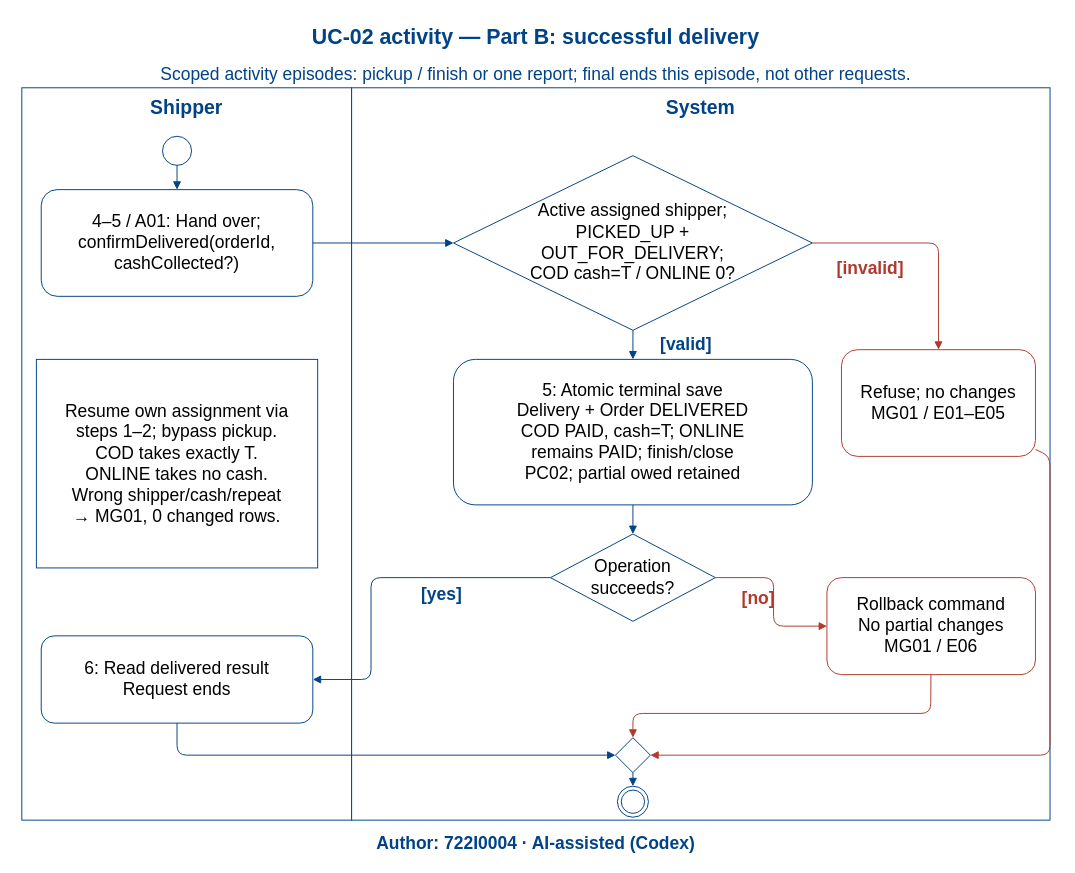
This is models/UC-02/activity_uc02_PartB.drawio from Dat071104/SaigonBite, a draw.io file, before an edit. Source tidied: cells renumbered, new cells numbered last; positions are measured from the earlier drawing's top-left corner, leaving out a move shared by most shapes. Both pictures are drawn from the tidied source at 97%, with x=0, y=0 at pixel (16, 16).
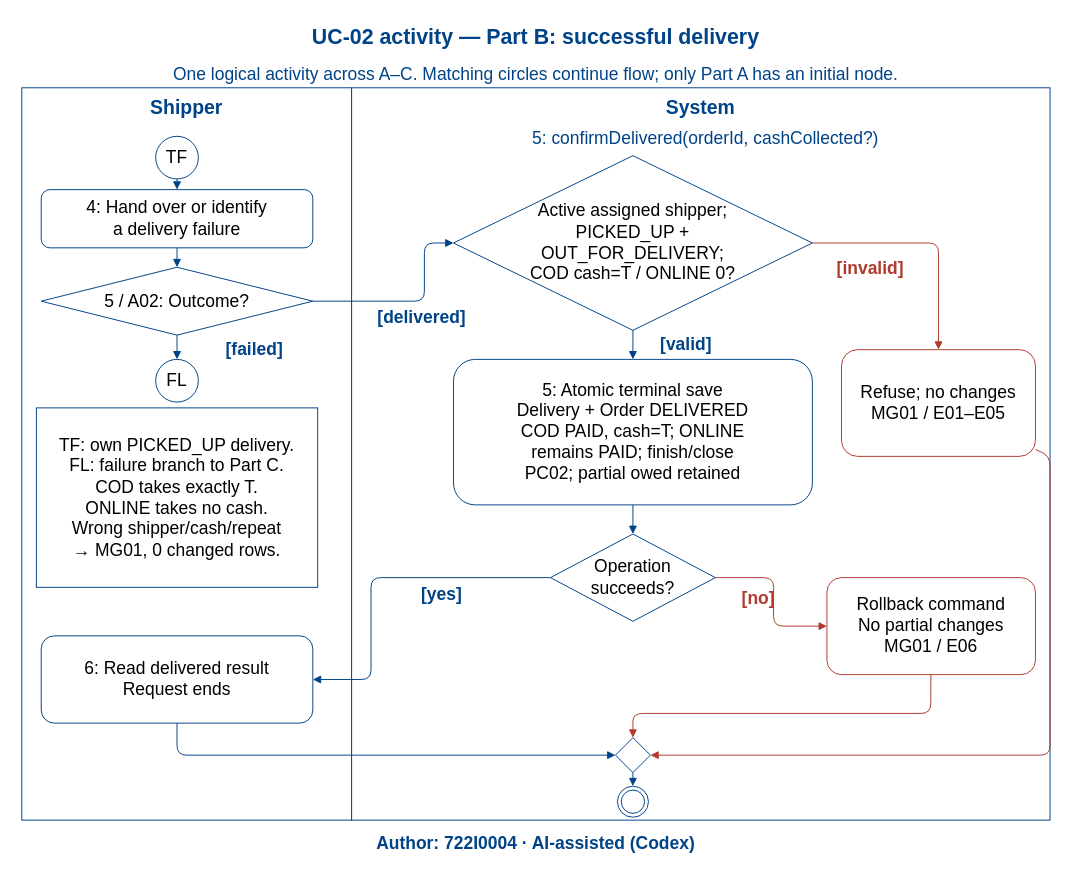
The same diagram, later.

The change refers to these unchanged cells:
```xml
<mxCell id="10" value="Active assigned shipper;&#10;PICKED_UP +&#10;OUT_FOR_DELIVERY;&#10;COD cash=T / ONLINE 0?" style="rhombus;html=0;whiteSpace=wrap;strokeColor=#004387;fillColor=white;fontSize=18;align=center;verticalAlign=middle;" parent="1" vertex="1">
  <mxGeometry x="450" y="143" width="370" height="180" as="geometry" />
</mxCell>
```

Change to the diagram source:
```diff
@@
-    <mxCell id="8" style="ellipse;html=0;whiteSpace=wrap;strokeColor=#004387;fillColor=white;fontSize=18;align=center;verticalAlign=middle;" parent="1" vertex="1">
-      <mxGeometry x="150" y="123" width="30" height="30" as="geometry" />
+    <mxCell id="8" value="TF" style="ellipse;html=0;whiteSpace=wrap;strokeColor=#004387;fillColor=white;fontSize=18;align=center;verticalAlign=middle;" parent="1" vertex="1">
+      <mxGeometry x="143" y="123" width="44" height="44" as="geometry" />
     </mxCell>
-    <mxCell id="9" value="4–5 / A01: Hand over;&#10;confirmDelivered(orderId,&#10;cashCollected?)" style="rounded=1;html=0;whiteSpace=wrap;strokeColor=#004387;fillColor=white;fontSize=18;align=center;verticalAlign=middle;" parent="1" vertex="1">
-      <mxGeometry x="25" y="178" width="280" height="110" as="geometry" />
+    <mxCell id="9" value="4: Hand over or identify&#10;a delivery failure" style="rounded=1;html=0;whiteSpace=wrap;strokeColor=#004387;fillColor=white;fontSize=18;align=center;verticalAlign=middle;" parent="1" vertex="1">
+      <mxGeometry x="25" y="178" width="280" height="60" as="geometry" />
     </mxCell>
+    <mxCell id="35" value="5 / A02: Outcome?" style="rhombus;html=0;whiteSpace=wrap;strokeColor=#004387;fillColor=white;fontSize=18;align=center;verticalAlign=middle;" parent="1" vertex="1">
+      <mxGeometry x="25" y="258" width="280" height="70" as="geometry" />
+    </mxCell>
@@
+    <mxCell id="36" value="5: confirmDelivered(orderId, cashCollected?)" style="text;html=0;whiteSpace=wrap;fontSize=18;fontColor=#004387;fontStyle=0;align=center;verticalAlign=middle;strokeColor=none;fillColor=none;" parent="1" vertex="1">
+      <mxGeometry x="385" y="112" width="650" height="26" as="geometry" />
+    </mxCell>
@@
-    <mxCell id="18" value="Resume own assignment via&#10;steps 1–2; bypass pickup.&#10;COD takes exactly T.&#10;ONLINE takes no cash.&#10;Wrong shipper/cash/repeat&#10;→ MG01, 0 changed rows." style="rounded=0;html=0;whiteSpace=wrap;strokeColor=#004387;fillColor=white;fontSize=18;align=center;verticalAlign=middle;" parent="1" vertex="1">
-      <mxGeometry x="20" y="353" width="290" height="215" as="geometry" />
+    <mxCell id="18" value="TF: own PICKED_UP delivery.&#10;FL: failure branch to Part C.&#10;COD takes exactly T.&#10;ONLINE takes no cash.&#10;Wrong shipper/cash/repeat&#10;→ MG01, 0 changed rows." style="rounded=0;html=0;whiteSpace=wrap;strokeColor=#004387;fillColor=white;fontSize=18;align=center;verticalAlign=middle;" parent="1" vertex="1">
+      <mxGeometry x="20" y="403" width="290" height="185" as="geometry" />
     </mxCell>
@@
+    <mxCell id="37" style="edgeStyle=none;html=0;endArrow=block;strokeColor=#004387;" parent="1" edge="1" source="9" target="35">
+      <mxGeometry relative="1" as="geometry" />
+    </mxCell>
-    <mxCell id="20" style="edgeStyle=none;html=0;endArrow=block;strokeColor=#004387;" parent="1" edge="1" source="9" target="10">
-      <mxGeometry relative="1" as="geometry" />
+    <mxCell id="20" style="edgeStyle=none;html=0;endArrow=block;strokeColor=#004387;" parent="1" edge="1" source="35" target="10">
+      <mxGeometry relative="1" as="geometry">
+        <Array as="points">
+          <mxPoint x="420" y="293" />
+          <mxPoint x="420" y="233" />
+        </Array>
+      </mxGeometry>
     </mxCell>
+    <mxCell id="38" value="[delivered]" style="text;html=0;whiteSpace=wrap;fontSize=18;fontColor=#004387;fontStyle=1;align=center;verticalAlign=middle;strokeColor=none;fillColor=none;" parent="1" vertex="1">
+      <mxGeometry x="355" y="297" width="125" height="26" as="geometry" />
+    </mxCell>
+    <mxCell id="39" value="FL" style="ellipse;html=0;whiteSpace=wrap;strokeColor=#004387;fillColor=white;fontSize=18;align=center;verticalAlign=middle;" parent="1" vertex="1">
+      <mxGeometry x="143" y="353" width="44" height="44" as="geometry" />
+    </mxCell>
+    <mxCell id="40" style="edgeStyle=none;html=0;endArrow=block;strokeColor=#004387;" parent="1" edge="1" source="35" target="39">
+      <mxGeometry relative="1" as="geometry" />
+    </mxCell>
+    <mxCell id="41" value="[failed]" style="text;html=0;whiteSpace=wrap;fontSize=18;fontColor=#004387;fontStyle=1;align=center;verticalAlign=middle;strokeColor=none;fillColor=none;" parent="1" vertex="1">
+      <mxGeometry x="190" y="330" width="110" height="26" as="geometry" />
+    </mxCell>
@@
-    <mxCell id="34" value="Scoped activity episodes: pickup / finish or one report; final ends this episode, not other requests." style="text;html=0;whiteSpace=wrap;fontSize=18;fontColor=#004387;fontStyle=0;align=center;verticalAlign=middle;strokeColor=none;fillColor=none;" parent="1" vertex="1">
+    <mxCell id="34" value="One logical activity across A–C. Matching circles continue flow; only Part A has an initial node." style="text;html=0;whiteSpace=wrap;fontSize=18;fontColor=#004387;fontStyle=0;align=center;verticalAlign=middle;strokeColor=none;fillColor=none;" parent="1" vertex="1">
       <mxGeometry y="46" width="1070" height="26" as="geometry" />
     </mxCell>
```
